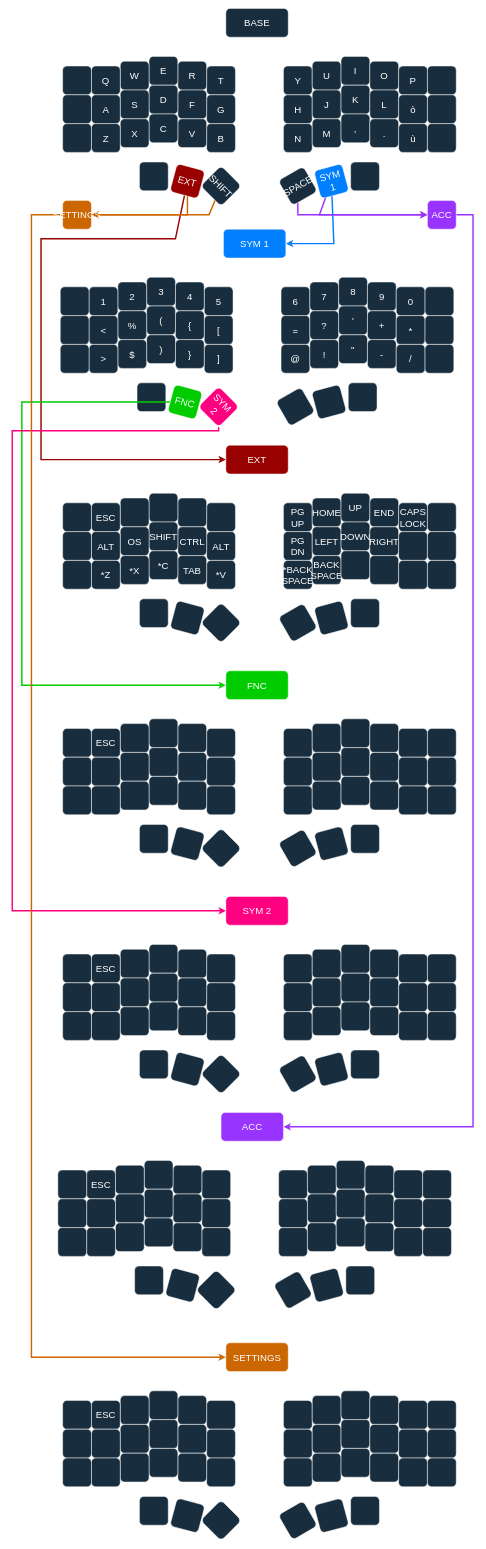
Before: Untitled Diagram.drawio in Ajibeckam/zmkcorne, a draw.io diagram. Source tidied: cells renumbered, new cells numbered last; positions are measured from the earlier drawing's top-left corner, leaving out a move shared by most shapes. Both pictures are drawn from the tidied source at 48%, with x=0, y=0 at pixel (12, 8).
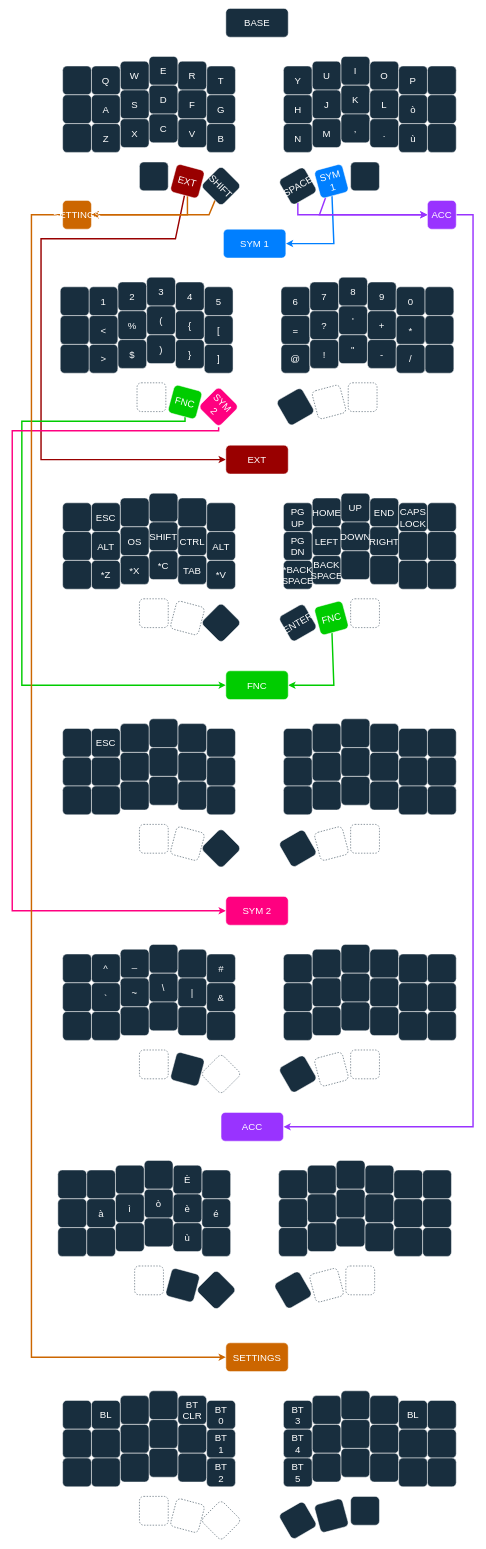
The same diagram, later.

Unchanged cells that the change refers to:
```xml
<mxCell id="90" value="FNC" style="rounded=1;whiteSpace=wrap;html=1;strokeColor=#FFFFFF;fontColor=#FFFFFF;fillColor=#00CC00;rotation=15;fontSize=20;" parent="1" vertex="1">
  <mxGeometry x="330" y="790" width="60" height="60" as="geometry" />
</mxCell>
<mxCell id="183" value="FNC" style="rounded=1;whiteSpace=wrap;html=1;strokeColor=#FFFFFF;fontColor=#FFFFFF;fillColor=#00CC00;fontSize=20;" parent="1" vertex="1">
  <mxGeometry x="445" y="1380" width="130" height="60" as="geometry" />
</mxCell>
```

What changed in the source:
```diff
@@
-    <mxCell id="87" style="rounded=1;whiteSpace=wrap;html=1;strokeColor=#FFFFFF;fontColor=#FFFFFF;fillColor=#182E3E;fontSize=20;" parent="1" vertex="1">
+    <mxCell id="87" style="rounded=1;whiteSpace=wrap;html=1;strokeColor=#182E3E;fontColor=#FFFFFF;fillColor=none;fontSize=20;dashed=1;" parent="1" vertex="1">
       <mxGeometry x="700" y="780" width="60" height="60" as="geometry" />
     </mxCell>
-    <mxCell id="88" style="rounded=1;whiteSpace=wrap;html=1;strokeColor=#FFFFFF;fontColor=#FFFFFF;fillColor=#182E3E;fontSize=20;" parent="1" vertex="1">
+    <mxCell id="88" style="rounded=1;whiteSpace=wrap;html=1;strokeColor=#182E3E;fontColor=#FFFFFF;fillColor=none;fontSize=20;dashed=1;" parent="1" vertex="1">
       <mxGeometry x="260" y="780" width="60" height="60" as="geometry" />
     </mxCell>
     <mxCell id="89" style="edgeStyle=orthogonalEdgeStyle;rounded=0;jettySize=auto;html=1;entryX=0;entryY=0.5;entryDx=0;entryDy=0;strokeColor=#00CC00;strokeWidth=3;fontSize=20;" parent="1" edge="1" source="90" target="183">
       <mxGeometry relative="1" as="geometry">
         <Array as="points">
-          <mxPoint x="20" y="820" />
+          <mxPoint x="360" y="860" />
+          <mxPoint x="20" y="860" />
           <mxPoint x="20" y="1410" />
         </Array>
       </mxGeometry>
     </mxCell>
@@
-    <mxCell id="94" style="rounded=1;whiteSpace=wrap;html=1;strokeColor=#FFFFFF;fontColor=#FFFFFF;fillColor=#182E3E;rotation=-15;fontSize=20;" parent="1" vertex="1">
+    <mxCell id="94" style="rounded=1;whiteSpace=wrap;html=1;strokeColor=#182E3E;fontColor=#FFFFFF;fillColor=none;rotation=-15;fontSize=20;dashed=1;" parent="1" vertex="1">
       <mxGeometry x="630" y="790" width="60" height="60" as="geometry" />
     </mxCell>
@@
-    <mxCell id="132" style="rounded=1;whiteSpace=wrap;html=1;strokeColor=#FFFFFF;fontColor=#FFFFFF;fillColor=#182E3E;fontSize=20;" parent="1" vertex="1">
+    <mxCell id="132" style="rounded=1;whiteSpace=wrap;html=1;strokeColor=#182E3E;fontColor=#FFFFFF;fillColor=none;fontSize=20;dashed=1;" parent="1" vertex="1">
       <mxGeometry x="705" y="1230" width="60" height="60" as="geometry" />
     </mxCell>
-    <mxCell id="133" style="rounded=1;whiteSpace=wrap;html=1;strokeColor=#FFFFFF;fontColor=#FFFFFF;fillColor=#182E3E;fontSize=20;" parent="1" vertex="1">
+    <mxCell id="133" style="rounded=1;whiteSpace=wrap;html=1;strokeColor=#182E3E;fontColor=#FFFFFF;fillColor=none;fontSize=20;dashed=1;" parent="1" vertex="1">
       <mxGeometry x="265" y="1230" width="60" height="60" as="geometry" />
     </mxCell>
-    <mxCell id="134" style="rounded=1;whiteSpace=wrap;html=1;strokeColor=#FFFFFF;fontColor=#FFFFFF;fillColor=#182E3E;rotation=15;fontSize=20;" parent="1" vertex="1">
+    <mxCell id="134" style="rounded=1;whiteSpace=wrap;html=1;strokeColor=#182E3E;fontColor=#FFFFFF;fillColor=none;rotation=15;fontSize=20;dashed=1;" parent="1" vertex="1">
       <mxGeometry x="335" y="1240" width="60" height="60" as="geometry" />
     </mxCell>
@@
-    <mxCell id="136" style="rounded=1;whiteSpace=wrap;html=1;strokeColor=#FFFFFF;fontColor=#FFFFFF;fillColor=#182E3E;rotation=-30;fontSize=20;" parent="1" vertex="1">
+    <mxCell id="136" value="ENTER" style="rounded=1;whiteSpace=wrap;html=1;strokeColor=#FFFFFF;fontColor=#FFFFFF;fillColor=#182E3E;rotation=-30;fontSize=20;" parent="1" vertex="1">
       <mxGeometry x="565" y="1250" width="60" height="60" as="geometry" />
     </mxCell>
+    <mxCell id="315" style="edgeStyle=orthogonalEdgeStyle;rounded=0;jettySize=auto;html=1;entryX=1;entryY=0.5;entryDx=0;entryDy=0;strokeColor=#00CC00;strokeWidth=3;fontSize=20;" parent="1" edge="1" source="137" target="183">
+      <mxGeometry relative="1" as="geometry">
+        <Array as="points">
+          <mxPoint x="670" y="1410" />
+        </Array>
+      </mxGeometry>
+    </mxCell>
-    <mxCell id="137" style="rounded=1;whiteSpace=wrap;html=1;strokeColor=#FFFFFF;fontColor=#FFFFFF;fillColor=#182E3E;rotation=-15;fontSize=20;" parent="1" vertex="1">
+    <mxCell id="137" value="FNC" style="rounded=1;whiteSpace=wrap;html=1;strokeColor=#FFFFFF;fontColor=#FFFFFF;fillColor=#00CC00;rotation=-15;fontSize=20;" parent="1" vertex="1">
       <mxGeometry x="635" y="1240" width="60" height="60" as="geometry" />
     </mxCell>
@@
-    <mxCell id="177" style="rounded=1;whiteSpace=wrap;html=1;strokeColor=#FFFFFF;fontColor=#FFFFFF;fillColor=#182E3E;fontSize=20;" parent="1" vertex="1">
+    <mxCell id="177" style="rounded=1;whiteSpace=wrap;html=1;strokeColor=#182E3E;fontColor=#FFFFFF;fillColor=none;fontSize=20;dashed=1;" parent="1" vertex="1">
       <mxGeometry x="705" y="1700" width="60" height="60" as="geometry" />
     </mxCell>
-    <mxCell id="178" style="rounded=1;whiteSpace=wrap;html=1;strokeColor=#FFFFFF;fontColor=#FFFFFF;fillColor=#182E3E;fontSize=20;" parent="1" vertex="1">
+    <mxCell id="178" style="rounded=1;whiteSpace=wrap;html=1;strokeColor=#182E3E;fontColor=#FFFFFF;fillColor=none;fontSize=20;dashed=1;" parent="1" vertex="1">
       <mxGeometry x="265" y="1700" width="60" height="60" as="geometry" />
     </mxCell>
-    <mxCell id="179" style="rounded=1;whiteSpace=wrap;html=1;strokeColor=#FFFFFF;fontColor=#FFFFFF;fillColor=#182E3E;rotation=15;fontSize=20;" parent="1" vertex="1">
+    <mxCell id="179" style="rounded=1;whiteSpace=wrap;html=1;strokeColor=#182E3E;fontColor=#FFFFFF;fillColor=none;rotation=15;fontSize=20;dashed=1;" parent="1" vertex="1">
       <mxGeometry x="335" y="1710" width="60" height="60" as="geometry" />
     </mxCell>
@@
-    <mxCell id="182" style="rounded=1;whiteSpace=wrap;html=1;strokeColor=#FFFFFF;fontColor=#FFFFFF;fillColor=#182E3E;rotation=-15;fontSize=20;" parent="1" vertex="1">
+    <mxCell id="182" style="rounded=1;whiteSpace=wrap;html=1;strokeColor=#182E3E;fontColor=#FFFFFF;fillColor=none;rotation=-15;fontSize=20;dashed=1;" parent="1" vertex="1">
       <mxGeometry x="635" y="1710" width="60" height="60" as="geometry" />
     </mxCell>
@@
-    <mxCell id="202" style="rounded=1;whiteSpace=wrap;html=1;strokeColor=#FFFFFF;fontColor=#FFFFFF;fillColor=#182E3E;fontSize=20;" parent="1" vertex="1">
+    <mxCell id="202" value="#" style="rounded=1;whiteSpace=wrap;html=1;strokeColor=#FFFFFF;fontColor=#FFFFFF;fillColor=#182E3E;fontSize=20;" parent="1" vertex="1">
       <mxGeometry x="405" y="1970" width="60" height="60" as="geometry" />
     </mxCell>
@@
-    <mxCell id="205" style="rounded=1;whiteSpace=wrap;html=1;strokeColor=#FFFFFF;fontColor=#FFFFFF;fillColor=#182E3E;fontSize=20;" parent="1" vertex="1">
+    <mxCell id="205" value="_" style="rounded=1;whiteSpace=wrap;html=1;strokeColor=#FFFFFF;fontColor=#FFFFFF;fillColor=#182E3E;fontSize=20;" parent="1" vertex="1">
       <mxGeometry x="225" y="1960" width="60" height="60" as="geometry" />
     </mxCell>
-    <mxCell id="206" value="ESC" style="rounded=1;whiteSpace=wrap;html=1;strokeColor=#FFFFFF;fontColor=#FFFFFF;fillColor=#182E3E;fontSize=20;" parent="1" vertex="1">
+    <mxCell id="206" value="^" style="rounded=1;whiteSpace=wrap;html=1;strokeColor=#FFFFFF;fontColor=#FFFFFF;fillColor=#182E3E;fontSize=20;" parent="1" vertex="1">
       <mxGeometry x="165" y="1970" width="60" height="60" as="geometry" />
     </mxCell>
@@
-    <mxCell id="208" style="rounded=1;whiteSpace=wrap;html=1;strokeColor=#FFFFFF;fontColor=#FFFFFF;fillColor=#182E3E;fontSize=20;" parent="1" vertex="1">
+    <mxCell id="208" value="&amp;amp;" style="rounded=1;whiteSpace=wrap;html=1;strokeColor=#FFFFFF;fontColor=#FFFFFF;fillColor=#182E3E;fontSize=20;" parent="1" vertex="1">
       <mxGeometry x="405" y="2030" width="60" height="60" as="geometry" />
     </mxCell>
-    <mxCell id="209" style="rounded=1;whiteSpace=wrap;html=1;strokeColor=#FFFFFF;fontColor=#FFFFFF;fillColor=#182E3E;fontSize=20;" parent="1" vertex="1">
+    <mxCell id="209" value="|" style="rounded=1;whiteSpace=wrap;html=1;strokeColor=#FFFFFF;fontColor=#FFFFFF;fillColor=#182E3E;fontSize=20;" parent="1" vertex="1">
       <mxGeometry x="345" y="2020" width="60" height="60" as="geometry" />
     </mxCell>
-    <mxCell id="210" style="rounded=1;whiteSpace=wrap;html=1;strokeColor=#FFFFFF;fontColor=#FFFFFF;fillColor=#182E3E;fontSize=20;" parent="1" vertex="1">
+    <mxCell id="210" value="\" style="rounded=1;whiteSpace=wrap;html=1;strokeColor=#FFFFFF;fontColor=#FFFFFF;fillColor=#182E3E;fontSize=20;" parent="1" vertex="1">
       <mxGeometry x="285" y="2010" width="60" height="60" as="geometry" />
     </mxCell>
-    <mxCell id="211" style="rounded=1;whiteSpace=wrap;html=1;strokeColor=#FFFFFF;fontColor=#FFFFFF;fillColor=#182E3E;fontSize=20;" parent="1" vertex="1">
+    <mxCell id="211" value="~" style="rounded=1;whiteSpace=wrap;html=1;strokeColor=#FFFFFF;fontColor=#FFFFFF;fillColor=#182E3E;fontSize=20;" parent="1" vertex="1">
       <mxGeometry x="225" y="2020" width="60" height="60" as="geometry" />
     </mxCell>
-    <mxCell id="212" style="rounded=1;whiteSpace=wrap;html=1;strokeColor=#FFFFFF;fontColor=#FFFFFF;fillColor=#182E3E;fontSize=20;" parent="1" vertex="1">
+    <mxCell id="212" value="`" style="rounded=1;whiteSpace=wrap;html=1;strokeColor=#FFFFFF;fontColor=#FFFFFF;fillColor=#182E3E;fontSize=20;" parent="1" vertex="1">
       <mxGeometry x="165" y="2030" width="60" height="60" as="geometry" />
     </mxCell>
@@
-    <mxCell id="220" style="rounded=1;whiteSpace=wrap;html=1;strokeColor=#FFFFFF;fontColor=#FFFFFF;fillColor=#182E3E;fontSize=20;" parent="1" vertex="1">
+    <mxCell id="220" style="rounded=1;whiteSpace=wrap;html=1;strokeColor=#182E3E;fontColor=#FFFFFF;fillColor=none;fontSize=20;dashed=1;" parent="1" vertex="1">
       <mxGeometry x="705" y="2170" width="60" height="60" as="geometry" />
     </mxCell>
-    <mxCell id="221" style="rounded=1;whiteSpace=wrap;html=1;strokeColor=#FFFFFF;fontColor=#FFFFFF;fillColor=#182E3E;fontSize=20;" parent="1" vertex="1">
+    <mxCell id="221" style="rounded=1;whiteSpace=wrap;html=1;strokeColor=#182E3E;fontColor=#FFFFFF;fillColor=none;fontSize=20;dashed=1;" parent="1" vertex="1">
       <mxGeometry x="265" y="2170" width="60" height="60" as="geometry" />
     </mxCell>
@@
-    <mxCell id="223" style="rounded=1;whiteSpace=wrap;html=1;strokeColor=#FFFFFF;fontColor=#FFFFFF;fillColor=#182E3E;rotation=45;fontSize=20;" parent="1" vertex="1">
+    <mxCell id="223" style="rounded=1;whiteSpace=wrap;html=1;strokeColor=#182E3E;fontColor=#FFFFFF;fillColor=none;rotation=45;fontSize=20;dashed=1;" parent="1" vertex="1">
       <mxGeometry x="405" y="2190" width="60" height="60" as="geometry" />
     </mxCell>
@@
-    <mxCell id="225" style="rounded=1;whiteSpace=wrap;html=1;strokeColor=#FFFFFF;fontColor=#FFFFFF;fillColor=#182E3E;rotation=-15;fontSize=20;" parent="1" vertex="1">
+    <mxCell id="225" style="rounded=1;whiteSpace=wrap;html=1;strokeColor=#182E3E;fontColor=#FFFFFF;fillColor=none;rotation=-15;fontSize=20;dashed=1;" parent="1" vertex="1">
       <mxGeometry x="635" y="2180" width="60" height="60" as="geometry" />
     </mxCell>
@@
-    <mxCell id="246" style="rounded=1;whiteSpace=wrap;html=1;strokeColor=#FFFFFF;fontColor=#FFFFFF;fillColor=#182E3E;fontSize=20;" parent="1" vertex="1">
+    <mxCell id="246" value="È" style="rounded=1;whiteSpace=wrap;html=1;strokeColor=#FFFFFF;fontColor=#FFFFFF;fillColor=#182E3E;fontSize=20;" parent="1" vertex="1">
       <mxGeometry x="335" y="2410" width="60" height="60" as="geometry" />
     </mxCell>
@@
-    <mxCell id="249" value="ESC" style="rounded=1;whiteSpace=wrap;html=1;strokeColor=#FFFFFF;fontColor=#FFFFFF;fillColor=#182E3E;fontSize=20;" parent="1" vertex="1">
+    <mxCell id="249" style="rounded=1;whiteSpace=wrap;html=1;strokeColor=#FFFFFF;fontColor=#FFFFFF;fillColor=#182E3E;fontSize=20;" parent="1" vertex="1">
       <mxGeometry x="155" y="2420" width="60" height="60" as="geometry" />
     </mxCell>
@@
-    <mxCell id="251" style="rounded=1;whiteSpace=wrap;html=1;strokeColor=#FFFFFF;fontColor=#FFFFFF;fillColor=#182E3E;fontSize=20;" parent="1" vertex="1">
+    <mxCell id="251" value="é" style="rounded=1;whiteSpace=wrap;html=1;strokeColor=#FFFFFF;fontColor=#FFFFFF;fillColor=#182E3E;fontSize=20;" parent="1" vertex="1">
       <mxGeometry x="395" y="2480" width="60" height="60" as="geometry" />
     </mxCell>
-    <mxCell id="252" style="rounded=1;whiteSpace=wrap;html=1;strokeColor=#FFFFFF;fontColor=#FFFFFF;fillColor=#182E3E;fontSize=20;" parent="1" vertex="1">
+    <mxCell id="252" value="è" style="rounded=1;whiteSpace=wrap;html=1;strokeColor=#FFFFFF;fontColor=#FFFFFF;fillColor=#182E3E;fontSize=20;" parent="1" vertex="1">
       <mxGeometry x="335" y="2470" width="60" height="60" as="geometry" />
     </mxCell>
-    <mxCell id="253" style="rounded=1;whiteSpace=wrap;html=1;strokeColor=#FFFFFF;fontColor=#FFFFFF;fillColor=#182E3E;fontSize=20;" parent="1" vertex="1">
+    <mxCell id="253" value="ò" style="rounded=1;whiteSpace=wrap;html=1;strokeColor=#FFFFFF;fontColor=#FFFFFF;fillColor=#182E3E;fontSize=20;" parent="1" vertex="1">
       <mxGeometry x="275" y="2460" width="60" height="60" as="geometry" />
     </mxCell>
-    <mxCell id="254" style="rounded=1;whiteSpace=wrap;html=1;strokeColor=#FFFFFF;fontColor=#FFFFFF;fillColor=#182E3E;fontSize=20;" parent="1" vertex="1">
+    <mxCell id="254" value="ì" style="rounded=1;whiteSpace=wrap;html=1;strokeColor=#FFFFFF;fontColor=#FFFFFF;fillColor=#182E3E;fontSize=20;" parent="1" vertex="1">
       <mxGeometry x="215" y="2470" width="60" height="60" as="geometry" />
     </mxCell>
-    <mxCell id="255" style="rounded=1;whiteSpace=wrap;html=1;strokeColor=#FFFFFF;fontColor=#FFFFFF;fillColor=#182E3E;fontSize=20;" parent="1" vertex="1">
+    <mxCell id="255" value="à" style="rounded=1;whiteSpace=wrap;html=1;strokeColor=#FFFFFF;fontColor=#FFFFFF;fillColor=#182E3E;fontSize=20;" parent="1" vertex="1">
       <mxGeometry x="155" y="2480" width="60" height="60" as="geometry" />
     </mxCell>
@@
-    <mxCell id="258" style="rounded=1;whiteSpace=wrap;html=1;strokeColor=#FFFFFF;fontColor=#FFFFFF;fillColor=#182E3E;fontSize=20;" parent="1" vertex="1">
+    <mxCell id="258" value="ù" style="rounded=1;whiteSpace=wrap;html=1;strokeColor=#FFFFFF;fontColor=#FFFFFF;fillColor=#182E3E;fontSize=20;" parent="1" vertex="1">
       <mxGeometry x="335" y="2530" width="60" height="60" as="geometry" />
     </mxCell>
@@
-    <mxCell id="263" style="rounded=1;whiteSpace=wrap;html=1;strokeColor=#FFFFFF;fontColor=#FFFFFF;fillColor=#182E3E;fontSize=20;" parent="1" vertex="1">
+    <mxCell id="263" style="rounded=1;whiteSpace=wrap;html=1;strokeColor=#182E3E;fontColor=#FFFFFF;fillColor=none;fontSize=20;dashed=1;" parent="1" vertex="1">
       <mxGeometry x="695" y="2620" width="60" height="60" as="geometry" />
     </mxCell>
-    <mxCell id="264" style="rounded=1;whiteSpace=wrap;html=1;strokeColor=#FFFFFF;fontColor=#FFFFFF;fillColor=#182E3E;fontSize=20;" parent="1" vertex="1">
+    <mxCell id="264" style="rounded=1;whiteSpace=wrap;html=1;strokeColor=#182E3E;fontColor=#FFFFFF;fillColor=none;fontSize=20;dashed=1;" parent="1" vertex="1">
       <mxGeometry x="255" y="2620" width="60" height="60" as="geometry" />
     </mxCell>
@@
-    <mxCell id="268" style="rounded=1;whiteSpace=wrap;html=1;strokeColor=#FFFFFF;fontColor=#FFFFFF;fillColor=#182E3E;rotation=-15;fontSize=20;" parent="1" vertex="1">
+    <mxCell id="268" style="rounded=1;whiteSpace=wrap;html=1;strokeColor=#182E3E;fontColor=#FFFFFF;fillColor=none;rotation=-15;fontSize=20;dashed=1;" parent="1" vertex="1">
       <mxGeometry x="625" y="2630" width="60" height="60" as="geometry" />
     </mxCell>
@@
-    <mxCell id="270" style="rounded=1;whiteSpace=wrap;html=1;strokeColor=#FFFFFF;fontColor=#FFFFFF;fillColor=#182E3E;fontSize=20;" parent="1" vertex="1">
+    <mxCell id="270" value="&lt;div&gt;BT&lt;/div&gt;&lt;div&gt;3&lt;br&gt;&lt;/div&gt;" style="rounded=1;whiteSpace=wrap;html=1;strokeColor=#FFFFFF;fontColor=#FFFFFF;fillColor=#182E3E;fontSize=20;" parent="1" vertex="1">
       <mxGeometry x="565" y="2900" width="60" height="60" as="geometry" />
     </mxCell>
@@
-    <mxCell id="274" style="rounded=1;whiteSpace=wrap;html=1;strokeColor=#FFFFFF;fontColor=#FFFFFF;fillColor=#182E3E;fontSize=20;" parent="1" vertex="1">
+    <mxCell id="274" value="BL" style="rounded=1;whiteSpace=wrap;html=1;strokeColor=#FFFFFF;fontColor=#FFFFFF;fillColor=#182E3E;fontSize=20;" parent="1" vertex="1">
       <mxGeometry x="805" y="2900" width="60" height="60" as="geometry" />
     </mxCell>
@@
-    <mxCell id="276" style="rounded=1;whiteSpace=wrap;html=1;strokeColor=#FFFFFF;fontColor=#FFFFFF;fillColor=#182E3E;fontSize=20;" parent="1" vertex="1">
+    <mxCell id="276" value="&lt;div&gt;BT&lt;/div&gt;&lt;div&gt;4&lt;br&gt;&lt;/div&gt;" style="rounded=1;whiteSpace=wrap;html=1;strokeColor=#FFFFFF;fontColor=#FFFFFF;fillColor=#182E3E;fontSize=20;" parent="1" vertex="1">
       <mxGeometry x="565" y="2960" width="60" height="60" as="geometry" />
     </mxCell>
@@
-    <mxCell id="282" style="rounded=1;whiteSpace=wrap;html=1;strokeColor=#FFFFFF;fontColor=#FFFFFF;fillColor=#182E3E;fontSize=20;" parent="1" vertex="1">
+    <mxCell id="282" value="&lt;div&gt;BT&lt;/div&gt;&lt;div&gt;5&lt;br&gt;&lt;/div&gt;" style="rounded=1;whiteSpace=wrap;html=1;strokeColor=#FFFFFF;fontColor=#FFFFFF;fillColor=#182E3E;fontSize=20;" parent="1" vertex="1">
       <mxGeometry x="565" y="3020" width="60" height="60" as="geometry" />
     </mxCell>
@@
-    <mxCell id="288" style="rounded=1;whiteSpace=wrap;html=1;strokeColor=#FFFFFF;fontColor=#FFFFFF;fillColor=#182E3E;fontSize=20;" parent="1" vertex="1">
+    <mxCell id="288" value="&lt;div&gt;BT&lt;/div&gt;&lt;div&gt;0&lt;br&gt;&lt;/div&gt;" style="rounded=1;whiteSpace=wrap;html=1;strokeColor=#FFFFFF;fontColor=#FFFFFF;fillColor=#182E3E;fontSize=20;" parent="1" vertex="1">
       <mxGeometry x="405" y="2900" width="60" height="60" as="geometry" />
     </mxCell>
-    <mxCell id="289" style="rounded=1;whiteSpace=wrap;html=1;strokeColor=#FFFFFF;fontColor=#FFFFFF;fillColor=#182E3E;fontSize=20;" parent="1" vertex="1">
+    <mxCell id="289" value="BT CLR" style="rounded=1;whiteSpace=wrap;html=1;strokeColor=#FFFFFF;fontColor=#FFFFFF;fillColor=#182E3E;fontSize=20;" parent="1" vertex="1">
       <mxGeometry x="345" y="2890" width="60" height="60" as="geometry" />
     </mxCell>
@@
-    <mxCell id="292" value="ESC" style="rounded=1;whiteSpace=wrap;html=1;strokeColor=#FFFFFF;fontColor=#FFFFFF;fillColor=#182E3E;fontSize=20;" parent="1" vertex="1">
+    <mxCell id="292" value="BL" style="rounded=1;whiteSpace=wrap;html=1;strokeColor=#FFFFFF;fontColor=#FFFFFF;fillColor=#182E3E;fontSize=20;" parent="1" vertex="1">
       <mxGeometry x="165" y="2900" width="60" height="60" as="geometry" />
     </mxCell>
@@
-    <mxCell id="294" style="rounded=1;whiteSpace=wrap;html=1;strokeColor=#FFFFFF;fontColor=#FFFFFF;fillColor=#182E3E;fontSize=20;" parent="1" vertex="1">
+    <mxCell id="294" value="&lt;div&gt;BT&lt;/div&gt;&lt;div&gt;1&lt;br&gt;&lt;/div&gt;" style="rounded=1;whiteSpace=wrap;html=1;strokeColor=#FFFFFF;fontColor=#FFFFFF;fillColor=#182E3E;fontSize=20;" parent="1" vertex="1">
       <mxGeometry x="405" y="2960" width="60" height="60" as="geometry" />
     </mxCell>
@@
-    <mxCell id="300" style="rounded=1;whiteSpace=wrap;html=1;strokeColor=#FFFFFF;fontColor=#FFFFFF;fillColor=#182E3E;fontSize=20;" parent="1" vertex="1">
+    <mxCell id="300" value="&lt;div&gt;BT&lt;/div&gt;&lt;div&gt;2&lt;br&gt;&lt;/div&gt;" style="rounded=1;whiteSpace=wrap;html=1;strokeColor=#FFFFFF;fontColor=#FFFFFF;fillColor=#182E3E;fontSize=20;" parent="1" vertex="1">
       <mxGeometry x="405" y="3020" width="60" height="60" as="geometry" />
     </mxCell>
@@
-    <mxCell id="307" style="rounded=1;whiteSpace=wrap;html=1;strokeColor=#FFFFFF;fontColor=#FFFFFF;fillColor=#182E3E;fontSize=20;" parent="1" vertex="1">
+    <mxCell id="307" style="rounded=1;whiteSpace=wrap;html=1;strokeColor=#182E3E;fontColor=#FFFFFF;fillColor=none;fontSize=20;dashed=1;" parent="1" vertex="1">
       <mxGeometry x="265" y="3100" width="60" height="60" as="geometry" />
     </mxCell>
-    <mxCell id="308" style="rounded=1;whiteSpace=wrap;html=1;strokeColor=#FFFFFF;fontColor=#FFFFFF;fillColor=#182E3E;rotation=15;fontSize=20;" parent="1" vertex="1">
+    <mxCell id="308" style="rounded=1;whiteSpace=wrap;html=1;strokeColor=#182E3E;fontColor=#FFFFFF;fillColor=none;rotation=15;fontSize=20;dashed=1;" parent="1" vertex="1">
       <mxGeometry x="335" y="3110" width="60" height="60" as="geometry" />
     </mxCell>
-    <mxCell id="309" style="rounded=1;whiteSpace=wrap;html=1;strokeColor=#FFFFFF;fontColor=#FFFFFF;fillColor=#182E3E;rotation=45;fontSize=20;" parent="1" vertex="1">
+    <mxCell id="309" style="rounded=1;whiteSpace=wrap;html=1;strokeColor=#182E3E;fontColor=#FFFFFF;fillColor=none;rotation=45;fontSize=20;dashed=1;" parent="1" vertex="1">
       <mxGeometry x="405" y="3120" width="60" height="60" as="geometry" />
     </mxCell>
```
